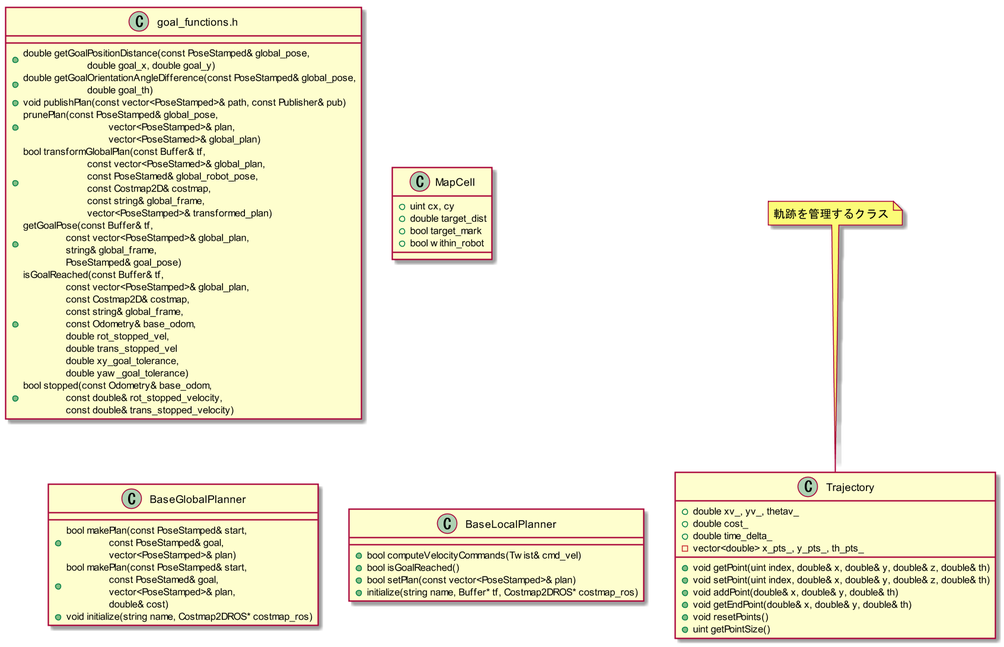
This is design/class.png from akagi132/ros_planner, a PlantUML export, as it was before one commit.
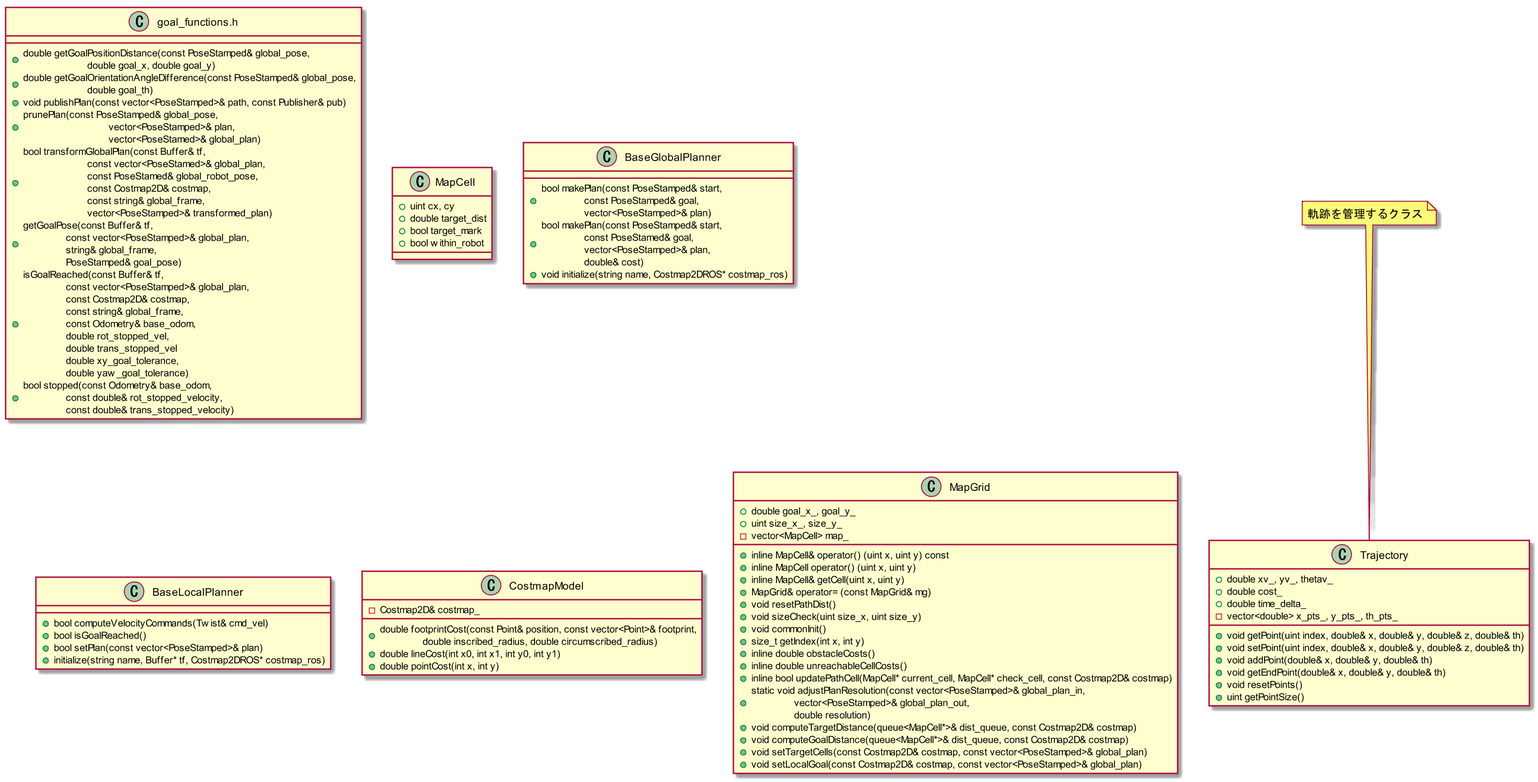
The same file after the commit.

Change to the diagram source:
```diff
@@ -47,4 +47,33 @@
     +initialize(string name, Buffer* tf, Costmap2DROS* costmap_ros)
 }
 
+class "CostmapModel" {
+    +double footprintCost(const Point& position, const vector<Point>& footprint,\n\t\tdouble inscribed_radius, double circumscribed_radius)
+    +double lineCost(int x0, int x1, int y0, int y1)
+    +double pointCost(int x, int y)
+    -Costmap2D& costmap_
+}
+
+class "MapGrid" {
+    +inline MapCell& operator() (uint x, uint y) const
+    +inline MapCell operator() (uint x, uint y)
+    +inline MapCell& getCell(uint x, uint y)
+    +MapGrid& operator= (const MapGrid& mg)
+    +void resetPathDist()
+    +void sizeCheck(uint size_x, uint size_y)
+    +void commonInit()
+    +size_t getIndex(int x, int y)
+    +inline double obstacleCosts()
+    +inline double unreachableCellCosts()
+    +inline bool updatePathCell(MapCell* current_cell, MapCell* check_cell, const Costmap2D& costmap)
+    +static void adjustPlanResolution(const vector<PoseStamped>& global_plan_in,\n\t\tvector<PoseStamped>& global_plan_out,\n\t\tdouble resolution)
+    +void computeTargetDistance(queue<MapCell*>& dist_queue, const Costmap2D& costmap)
+    +void computeGoalDistance(queue<MapCell*>& dist_queue, const Costmap2D& costmap)
+    +void setTargetCells(const Costmap2D& costmap, const vector<PoseStamped>& global_plan)
+    +void setLocalGoal(const Costmap2D& costmap, const vector<PoseStamped>& global_plan)
+    +double goal_x_, goal_y_
+    +uint size_x_, size_y_
+    -vector<MapCell> map_
+}
+
 @enduml
```
